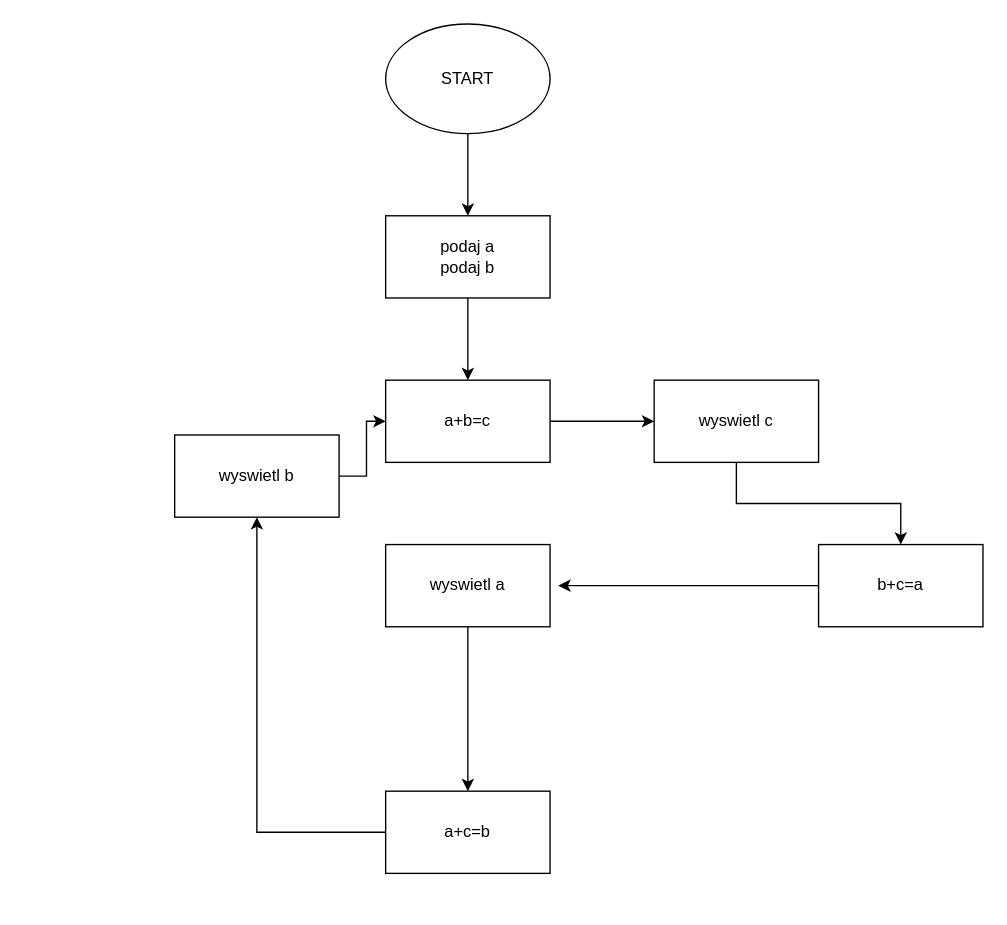
cozpek/Algorytmy keeps this draw.io diagram as ciagfibonacciego.drawio. Above is the earlier version. Source tidied: cells renumbered, new cells numbered last; positions are measured from the earlier drawing's top-left corner, leaving out a move shared by most shapes. Both pictures are drawn from the tidied source at 137%, with x=0, y=0 at pixel (174, 23).
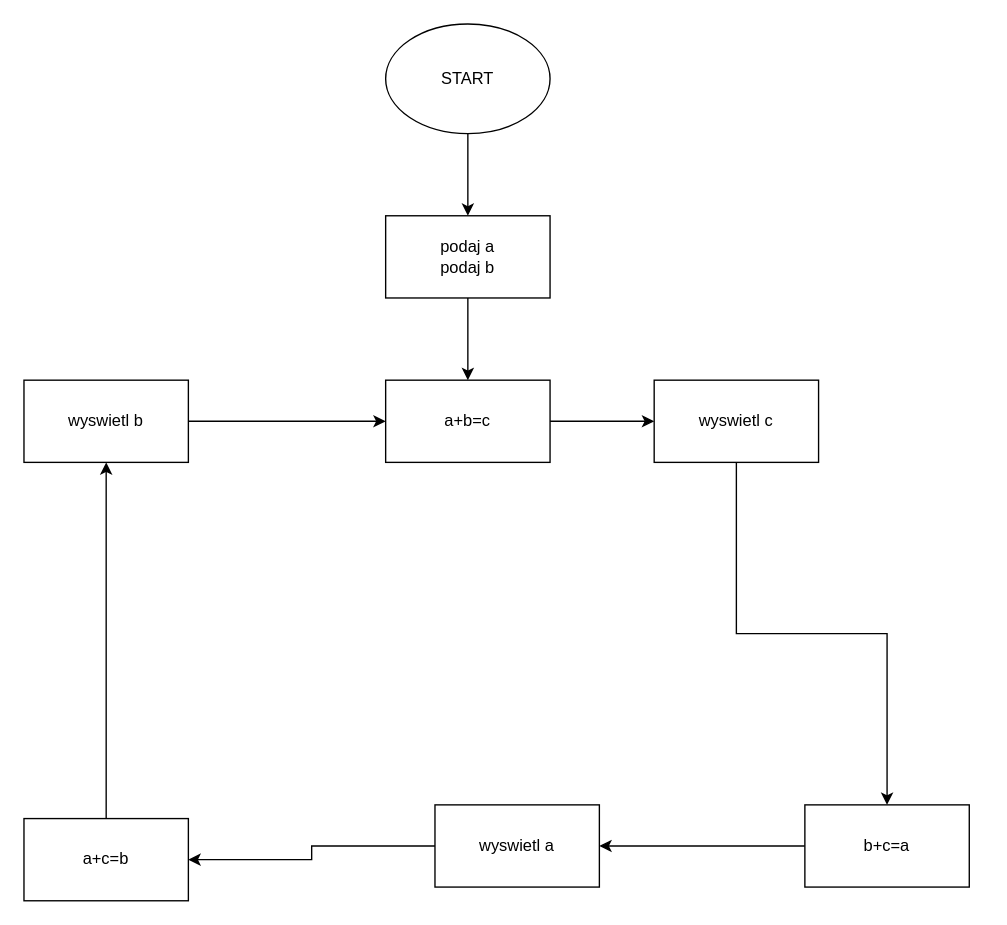
After the change.

Diff of the diagram source:
```diff
@@
 <mxGraphModel>
   <root>
     <mxCell id="0" />
     <mxCell id="1" parent="0" />
     <mxCell id="2" style="edgeStyle=orthogonalEdgeStyle;rounded=0;jettySize=auto;html=1;entryX=0.5;entryY=0;entryDx=0;entryDy=0;" parent="1" edge="1" source="3" target="5">
       <mxGeometry relative="1" as="geometry" />
     </mxCell>
     <mxCell id="3" value="START" style="ellipse;whiteSpace=wrap;html=1;" parent="1" vertex="1">
       <mxGeometry x="154" width="120" height="80" as="geometry" />
     </mxCell>
     <mxCell id="4" style="edgeStyle=orthogonalEdgeStyle;rounded=0;jettySize=auto;html=1;entryX=0.5;entryY=0;entryDx=0;entryDy=0;" parent="1" edge="1" source="5" target="7">
       <mxGeometry relative="1" as="geometry" />
     </mxCell>
     <mxCell id="5" value="podaj a&lt;br&gt;podaj b&lt;br&gt;" style="rounded=0;whiteSpace=wrap;html=1;" parent="1" vertex="1">
       <mxGeometry x="154" y="140" width="120" height="60" as="geometry" />
     </mxCell>
     <mxCell id="6" style="edgeStyle=orthogonalEdgeStyle;rounded=0;jettySize=auto;html=1;entryX=0;entryY=0.5;entryDx=0;entryDy=0;" parent="1" edge="1" source="7" target="11">
       <mxGeometry relative="1" as="geometry" />
     </mxCell>
     <mxCell id="7" value="a+b=c" style="rounded=0;whiteSpace=wrap;html=1;" parent="1" vertex="1">
       <mxGeometry x="154" y="260" width="120" height="60" as="geometry" />
     </mxCell>
     <mxCell id="8" style="edgeStyle=orthogonalEdgeStyle;rounded=0;jettySize=auto;html=1;entryX=0.5;entryY=1;entryDx=0;entryDy=0;" parent="1" edge="1" source="9" target="17">
       <mxGeometry relative="1" as="geometry" />
     </mxCell>
     <mxCell id="9" value="a+c=b" style="rounded=0;whiteSpace=wrap;html=1;" parent="1" vertex="1">
-      <mxGeometry x="154" y="560" width="120" height="60" as="geometry" />
+      <mxGeometry x="-110" y="580" width="120" height="60" as="geometry" />
     </mxCell>
     <mxCell id="10" style="edgeStyle=orthogonalEdgeStyle;rounded=0;jettySize=auto;html=1;entryX=0.5;entryY=0;entryDx=0;entryDy=0;" parent="1" edge="1" source="11" target="13">
       <mxGeometry relative="1" as="geometry" />
     </mxCell>
     <mxCell id="11" value="wyswietl c" style="rounded=0;whiteSpace=wrap;html=1;" parent="1" vertex="1">
       <mxGeometry x="350" y="260" width="120" height="60" as="geometry" />
     </mxCell>
-    <mxCell id="12" style="edgeStyle=orthogonalEdgeStyle;rounded=0;jettySize=auto;html=1;" parent="1" edge="1" source="13">
-      <mxGeometry relative="1" as="geometry">
-        <mxPoint x="280" y="410" as="targetPoint" />
-      </mxGeometry>
-    </mxCell>
+    <mxCell id="18" style="edgeStyle=orthogonalEdgeStyle;rounded=0;jettySize=auto;html=1;entryX=1;entryY=0.5;entryDx=0;entryDy=0;" parent="1" edge="1" source="13" target="15">
+      <mxGeometry relative="1" as="geometry" />
+    </mxCell>
     <mxCell id="13" value="b+c=a" style="rounded=0;whiteSpace=wrap;html=1;" parent="1" vertex="1">
-      <mxGeometry x="470" y="380" width="120" height="60" as="geometry" />
+      <mxGeometry x="460" y="570" width="120" height="60" as="geometry" />
     </mxCell>
-    <mxCell id="14" style="edgeStyle=orthogonalEdgeStyle;rounded=0;jettySize=auto;html=1;entryX=0.5;entryY=0;entryDx=0;entryDy=0;" parent="1" edge="1" source="15" target="9">
+    <mxCell id="14" style="edgeStyle=orthogonalEdgeStyle;rounded=0;jettySize=auto;html=1;entryX=1;entryY=0.5;entryDx=0;entryDy=0;" parent="1" edge="1" source="15" target="9">
       <mxGeometry relative="1" as="geometry" />
     </mxCell>
     <mxCell id="15" value="wyswietl a" style="rounded=0;whiteSpace=wrap;html=1;" parent="1" vertex="1">
-      <mxGeometry x="154" y="380" width="120" height="60" as="geometry" />
+      <mxGeometry x="190" y="570" width="120" height="60" as="geometry" />
     </mxCell>
     <mxCell id="16" style="edgeStyle=orthogonalEdgeStyle;rounded=0;jettySize=auto;html=1;entryX=0;entryY=0.5;entryDx=0;entryDy=0;" parent="1" edge="1" source="17" target="7">
       <mxGeometry relative="1" as="geometry" />
     </mxCell>
     <mxCell id="17" value="wyswietl b" style="rounded=0;whiteSpace=wrap;html=1;" parent="1" vertex="1">
-      <mxGeometry y="300" width="120" height="60" as="geometry" />
+      <mxGeometry x="-110" y="260" width="120" height="60" as="geometry" />
     </mxCell>
   </root>
 </mxGraphModel>
```
